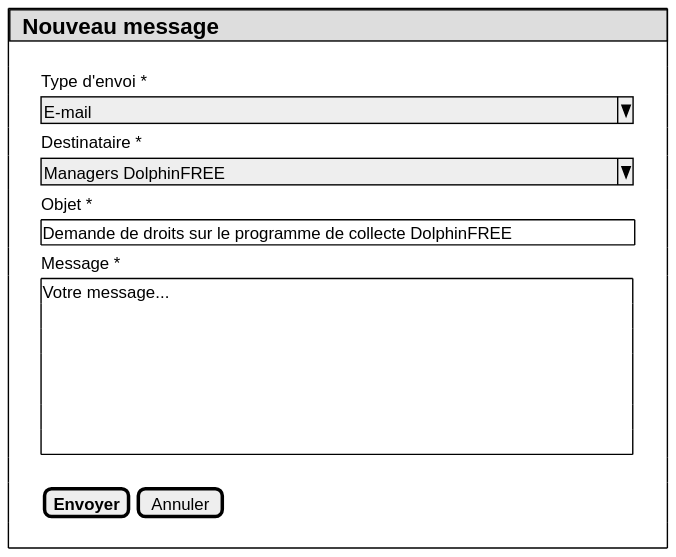
Earlier version of the PlantUML export projects/common/spe/images/program-access-rights-request-message.svg (sumaris-net/sumaris-doc).
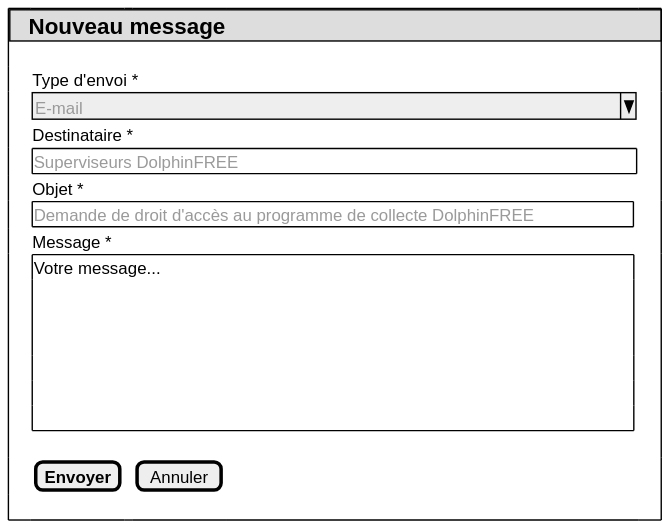
After the commit.

Commit message:
[enh] User program rights management technical specification creation

Change to the diagram source:
```diff
@@ -1,27 +1,27 @@
 @startsalt
 {
     {+
-        {* <size:16><b>  Nouveau message}
-        .
-        { | . | . | . | . | Type d'envoi * | . | . | . | . | }
-        { | . | . | . | . | ^E-mail                                             ^ | . | . | . | . | }
-        { | . | . | . | . | Destinataire * | . | . | . | . | }
-        { | . | . | . | . | ^Managers DolphinFREE                               ^ | . | . | . | . | }
-        { | . | . | . | . | Objet * | . | . | . | . | }
-        { | . | . | . | . | {+ <size:12>Demande de droits sur le programme de collecte DolphinFREE                          </size> } | . | . | . | . | }
-        { | . | . | . | . | Message * | . | . | . | . | }
-        { | . | . | . | . | {+
-                                <size:12>Votre message...                                                                                                   </size>
-                                .
-                                .
-                                .
-                                .
-                                .
-                                .
-                            } | . | . | . | . | }
-        .
-        { | . | . | . | . | [<b>Envoyer] | [Annuler] | }
-        .
+        {* <color:dddddd> | <size:16><b>Nouveau message} | * | * | * | * | *
+        . | . | . | . | . | .
+        <color:ffffff>++ |  Type d'envoi * | * | * | * | <color:ffffff>++
+        . | ^<color:#9a9a9a>E-mail                                              ^ | * | * | * | .
+        . | Destinataire * | * | * | * | .
+        . | {+ <color:#9a9a9a>Superviseurs DolphinFREE                                                                                     </color> } | * | * | * | .
+        . | Objet * | * | * | * | .
+        . | {+ <color:#9a9a9a>Demande de droit d'accès au programme de collecte DolphinFREE                     </color> } | * | * | * | .
+        . | Message * | * | * | * | .
+        . | {+
+                <size:12>Votre message...                                                                                                     </size>
+                .
+                .
+                .
+                .
+                .
+                .
+            } | * | * | * | .
+        . | . | . | . | . | .
+        . | [<b>Envoyer] | . | [Annuler] | . | .
+        . | . | . | . | . | .
     }
 }
 @endsalt
```
